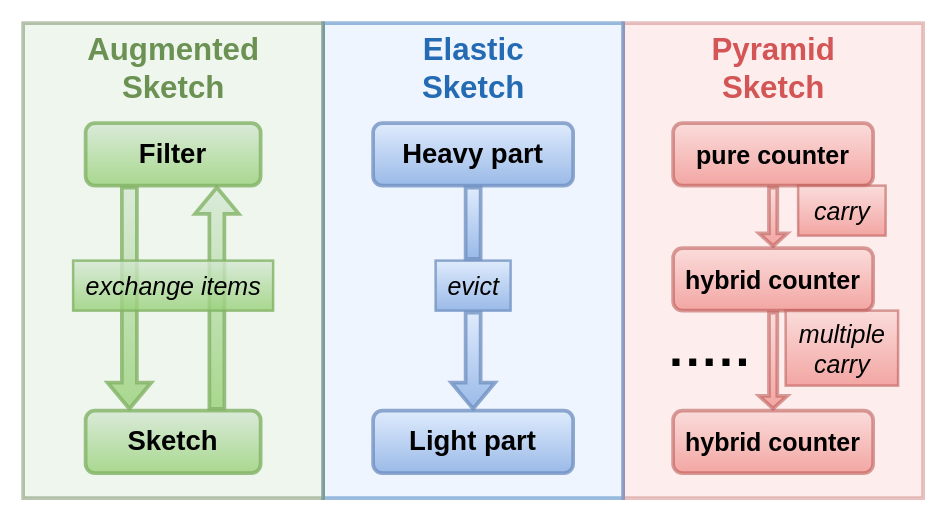
Before: page "AS框架 的副本" (15 of 15) of 未命名绘图.drawio in sql0316/hello-world, a draw.io diagram. Source tidied: cells renumbered, new cells numbered last; positions are measured from the earlier drawing's top-left corner, leaving out a move shared by most shapes. Both pictures are drawn from the tidied source at 125%, with x=0, y=0 at pixel (22, 22).
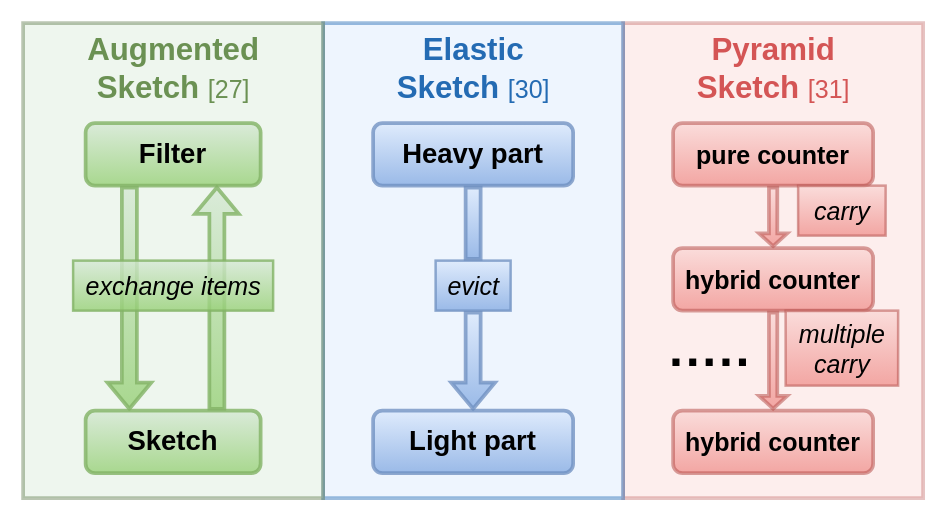
After the change.

Commit message:
更新未命名绘图.drawio

What changed in the source:
```diff
@@
-    <mxCell id="22" value="&lt;font style=&quot;font-size: 25px;&quot;&gt;&lt;font style=&quot;font-size: 25px;&quot; color=&quot;#6b9153&quot;&gt;Augmented&lt;br style=&quot;font-size: 25px;&quot;&gt;Sketch&lt;/font&gt;&lt;/font&gt;&lt;font style=&quot;font-size: 25px;&quot; color=&quot;#246bb3&quot;&gt;&lt;br style=&quot;font-size: 25px;&quot;&gt;&lt;/font&gt;" style="text;html=1;align=center;verticalAlign=middle;fontStyle=1;fontFamily=Helvetica;fontSize=25;strokeWidth=3;" parent="1" vertex="1">
+    <mxCell id="22" value="&lt;font style=&quot;&quot;&gt;&lt;font style=&quot;&quot; color=&quot;#6b9153&quot;&gt;Augmented&lt;br style=&quot;font-size: 25px;&quot;&gt;Sketch &lt;span style=&quot;font-weight: normal;&quot;&gt;&lt;font style=&quot;font-size: 20px;&quot;&gt;[27]&lt;/font&gt;&lt;/span&gt;&lt;/font&gt;&lt;/font&gt;&lt;font style=&quot;font-size: 25px;&quot; color=&quot;#246bb3&quot;&gt;&lt;br style=&quot;font-size: 25px;&quot;&gt;&lt;/font&gt;" style="text;html=1;align=center;verticalAlign=middle;fontStyle=1;fontFamily=Helvetica;fontSize=25;strokeWidth=3;" parent="1" vertex="1">
       <mxGeometry x="40" width="160" height="70" as="geometry" />
     </mxCell>
-    <mxCell id="23" value="&lt;font style=&quot;font-size: 25px;&quot;&gt;Elastic&lt;br style=&quot;font-size: 25px;&quot;&gt;Sketch&lt;/font&gt;" style="text;html=1;align=center;verticalAlign=middle;fontStyle=1;fontFamily=Helvetica;fontSize=25;strokeWidth=3;fontColor=#246BB3;" parent="1" vertex="1">
-      <mxGeometry x="305" width="110" height="70" as="geometry" />
+    <mxCell id="23" value="&lt;font style=&quot;&quot;&gt;Elastic&lt;br style=&quot;font-size: 25px;&quot;&gt;Sketch &lt;span style=&quot;font-weight: normal;&quot;&gt;&lt;font style=&quot;font-size: 20px;&quot;&gt;[30]&lt;/font&gt;&lt;/span&gt;&lt;/font&gt;" style="text;html=1;align=center;verticalAlign=middle;fontStyle=1;fontFamily=Helvetica;fontSize=25;strokeWidth=3;fontColor=#246BB3;" parent="1" vertex="1">
+      <mxGeometry x="285" width="150" height="70" as="geometry" />
     </mxCell>
-    <mxCell id="24" value="&lt;font style=&quot;font-size: 25px;&quot; color=&quot;#d45555&quot;&gt;Pyramid&lt;br style=&quot;font-size: 25px;&quot;&gt;Sketch&lt;br style=&quot;font-size: 25px;&quot;&gt;&lt;/font&gt;" style="text;html=1;align=center;verticalAlign=middle;fontStyle=1;fontFamily=Helvetica;fontSize=25;strokeWidth=3;fontColor=#CF5353;opacity=60;rotation=0;" parent="1" vertex="1">
-      <mxGeometry x="540" width="120" height="70" as="geometry" />
+    <mxCell id="24" value="&lt;font style=&quot;&quot; color=&quot;#d45555&quot;&gt;Pyramid&lt;br style=&quot;font-size: 25px;&quot;&gt;Sketch &lt;span style=&quot;font-weight: normal;&quot;&gt;&lt;font style=&quot;font-size: 20px;&quot;&gt;[31]&lt;/font&gt;&lt;/span&gt;&lt;br style=&quot;font-size: 25px;&quot;&gt;&lt;/font&gt;" style="text;html=1;align=center;verticalAlign=middle;fontStyle=1;fontFamily=Helvetica;fontSize=25;strokeWidth=3;fontColor=#CF5353;opacity=60;rotation=0;" parent="1" vertex="1">
+      <mxGeometry x="525" width="150" height="70" as="geometry" />
     </mxCell>
```
